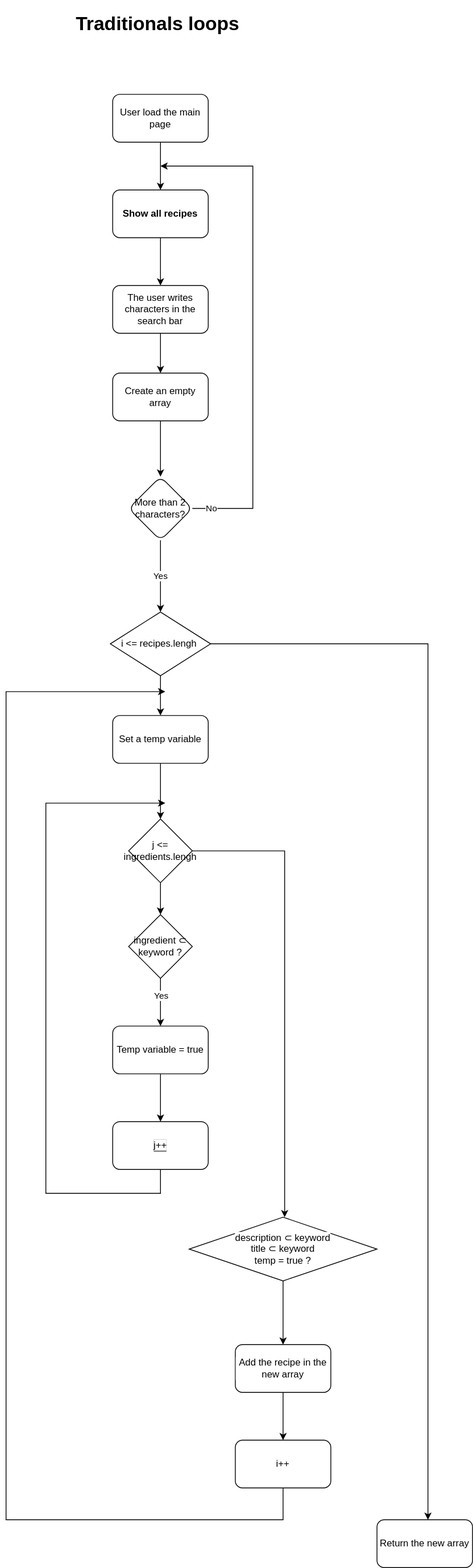
The draw.io diagram filterByKeyword.svg in nitatemic/Les-Petits-Plats_Alexandre_de_lemeny_makedone_202207, before a commit. Source tidied: cells renumbered, new cells last; positions are measured from the earlier drawing's top-left corner, leaving out a move shared by most shapes.
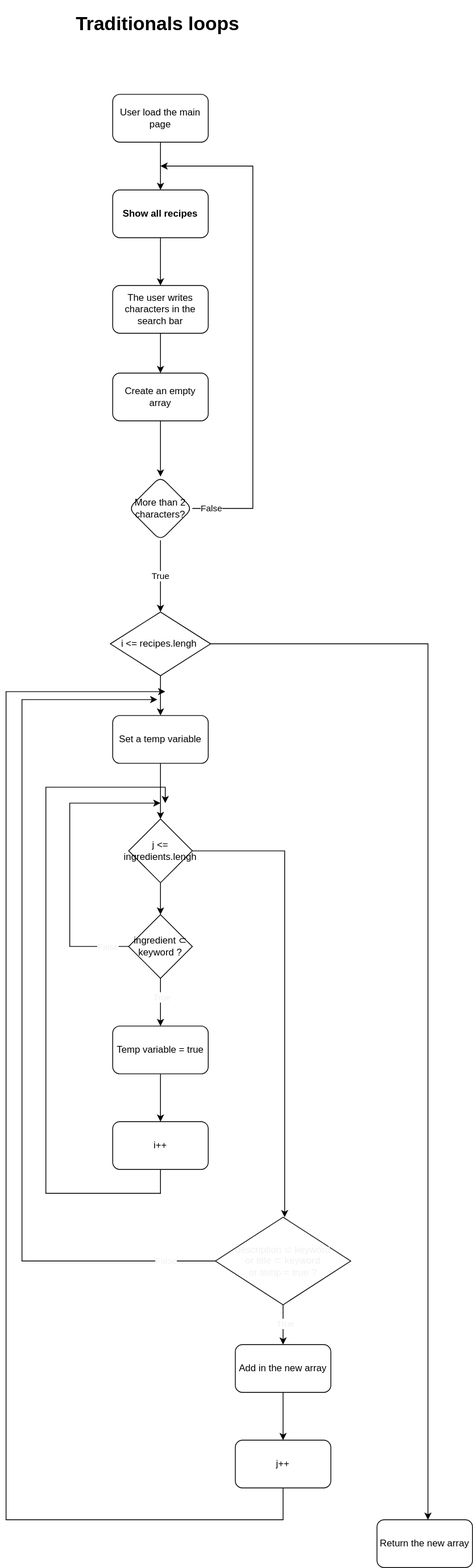
The same file after the commit.

Commit message:
Mettre à jour filterByKeyword.svg

Change to the diagram source:
```diff
@@ -37,10 +37,10 @@
         </Array>
       </mxGeometry>
     </mxCell>
-    <mxCell id="11" value="No" style="edgeLabel;html=1;align=center;verticalAlign=middle;" parent="10" vertex="1">
+    <mxCell id="11" value="False" style="edgeLabel;html=1;align=center;verticalAlign=middle;" parent="10" vertex="1">
       <mxGeometry x="-0.93" y="1" relative="1" as="geometry" />
     </mxCell>
-    <mxCell id="12" value="Yes" style="edgeStyle=orthogonalEdgeStyle;rounded=0;jettySize=auto;html=1;exitX=0.5;exitY=1;exitDx=0;exitDy=0;entryX=0.5;entryY=0;entryDx=0;entryDy=0;" parent="1" edge="1" source="13">
+    <mxCell id="12" value="True" style="edgeStyle=orthogonalEdgeStyle;rounded=0;jettySize=auto;html=1;exitX=0.5;exitY=1;exitDx=0;exitDy=0;entryX=0.5;entryY=0;entryDx=0;entryDy=0;" parent="1" edge="1" source="13">
       <mxGeometry relative="1" as="geometry">
         <mxPoint x="194" y="758" as="targetPoint" />
       </mxGeometry>
@@ -82,8 +82,10 @@
     <mxCell id="23" value="j &amp;lt;= ingredients.lengh" style="rhombus;whiteSpace=wrap;html=1;" parent="1" vertex="1">
       <mxGeometry x="154" y="1018" width="80" height="80" as="geometry" />
     </mxCell>
-    <mxCell id="24" style="edgeStyle=orthogonalEdgeStyle;rounded=0;jettySize=auto;html=1;fontColor=#FFFFFF;" parent="1" edge="1" source="25" target="33">
-      <mxGeometry relative="1" as="geometry" />
+    <mxCell id="24" style="edgeStyle=orthogonalEdgeStyle;rounded=0;jettySize=auto;html=1;fontColor=#FFFFFF;" parent="1" edge="1" source="25">
+      <mxGeometry relative="1" as="geometry">
+        <mxPoint x="194" y="1398" as="targetPoint" />
+      </mxGeometry>
     </mxCell>
     <mxCell id="25" value="Temp variable = true" style="rounded=1;whiteSpace=wrap;html=1;" parent="1" vertex="1">
       <mxGeometry x="134" y="1278" width="120" height="60" as="geometry" />
@@ -91,20 +93,33 @@
     <mxCell id="26" style="edgeStyle=orthogonalEdgeStyle;rounded=0;jettySize=auto;html=1;fontColor=#FFFFFF;" parent="1" edge="1" source="28" target="25">
       <mxGeometry relative="1" as="geometry" />
     </mxCell>
-    <mxCell id="27" value="&lt;font color=&quot;#000000&quot;&gt;Yes&lt;/font&gt;" style="edgeLabel;html=1;align=center;verticalAlign=middle;fontColor=#FFFFFF;" parent="26" vertex="1">
-      <mxGeometry x="-0.3" relative="1" as="geometry" />
-    </mxCell>
+    <mxCell id="37" value="True" style="edgeLabel;html=1;align=center;verticalAlign=middle;fontColor=#F0F0F0;" parent="26" vertex="1">
+      <mxGeometry x="-0.23" y="1" relative="1" as="geometry" />
+    </mxCell>
+    <mxCell id="38" style="edgeStyle=orthogonalEdgeStyle;rounded=0;jettySize=auto;html=1;fontColor=#F0F0F0;" parent="1" edge="1" source="28">
+      <mxGeometry relative="1" as="geometry">
+        <mxPoint x="194" y="998" as="targetPoint" />
+        <Array as="points">
+          <mxPoint x="80" y="1178" />
+          <mxPoint x="80" y="998" />
+        </Array>
+      </mxGeometry>
+    </mxCell>
+    <mxCell id="39" value="False" style="edgeLabel;html=1;align=center;verticalAlign=middle;fontColor=#F0F0F0;" parent="38" vertex="1">
+      <mxGeometry x="-0.85" relative="1" as="geometry" />
+    </mxCell>
     <mxCell id="28" value="ingredient&amp;nbsp;&lt;span style=&quot;text-align: left;&quot;&gt;⊂ keyword ?&lt;/span&gt;" style="rhombus;whiteSpace=wrap;html=1;" parent="1" vertex="1">
       <mxGeometry x="154" y="1138" width="80" height="80" as="geometry" />
     </mxCell>
-    <mxCell id="29" style="edgeStyle=orthogonalEdgeStyle;rounded=0;jettySize=auto;html=1;fontColor=#FFFFFF;" parent="1" edge="1" source="30">
+    <mxCell id="29" style="edgeStyle=orthogonalEdgeStyle;rounded=0;orthogonalLoop=1;jettySize=auto;html=1;fontColor=#FFFFFF;" parent="1" edge="1">
       <mxGeometry relative="1" as="geometry">
+        <mxPoint x="348" y="1598" as="sourcePoint" />
         <mxPoint x="348" y="1678" as="targetPoint" />
       </mxGeometry>
     </mxCell>
-    <mxCell id="30" value="&lt;span style=&quot;background-color: rgb(255, 255, 255);&quot;&gt;description&amp;nbsp;&lt;span style=&quot;text-align: left;&quot;&gt;⊂ keyword&lt;br&gt;title&amp;nbsp;&lt;/span&gt;&lt;span style=&quot;text-align: left;&quot;&gt;⊂ keyword&lt;br&gt;&lt;/span&gt;&lt;/span&gt;&lt;span style=&quot;text-align: left;&quot;&gt;&lt;span style=&quot;background-color: rgb(255, 255, 255);&quot;&gt;temp = true ?&lt;/span&gt;&lt;br&gt;&lt;/span&gt;" style="rhombus;whiteSpace=wrap;html=1;" parent="1" vertex="1">
-      <mxGeometry x="230" y="1518" width="236" height="80" as="geometry" />
-    </mxCell>
+    <mxCell id="40" value="True" style="edgeLabel;html=1;align=center;verticalAlign=middle;fontColor=#F0F0F0;" parent="29" vertex="1">
+      <mxGeometry x="0.33" y="2" relative="1" as="geometry" />
+    </mxCell>
     <mxCell id="31" style="edgeStyle=orthogonalEdgeStyle;rounded=0;orthogonalLoop=1;jettySize=auto;html=1;fontColor=#FFFFFF;" parent="1" edge="1">
       <mxGeometry relative="1" as="geometry">
         <mxPoint x="348" y="1858" as="sourcePoint" />
@@ -116,30 +131,47 @@
         </Array>
       </mxGeometry>
     </mxCell>
-    <mxCell id="32" style="edgeStyle=orthogonalEdgeStyle;rounded=0;jettySize=auto;html=1;fontColor=#FFFFFF;" parent="1" edge="1" source="33">
+    <mxCell id="32" style="edgeStyle=orthogonalEdgeStyle;rounded=0;orthogonalLoop=1;jettySize=auto;html=1;fontColor=#FFFFFF;" parent="1" edge="1">
       <mxGeometry relative="1" as="geometry">
+        <mxPoint x="194" y="1458" as="sourcePoint" />
         <mxPoint x="200" y="998" as="targetPoint" />
         <Array as="points">
           <mxPoint x="194" y="1488" />
           <mxPoint x="50" y="1488" />
-          <mxPoint x="50" y="998" />
+          <mxPoint x="50" y="978" />
+          <mxPoint x="200" y="978" />
         </Array>
       </mxGeometry>
     </mxCell>
+    <mxCell id="34" style="edgeStyle=orthogonalEdgeStyle;rounded=0;orthogonalLoop=1;jettySize=auto;html=1;fontColor=#FFFFFF;" parent="1" edge="1">
+      <mxGeometry relative="1" as="geometry">
+        <mxPoint x="348" y="1738" as="sourcePoint" />
+        <mxPoint x="348" y="1798" as="targetPoint" />
+      </mxGeometry>
+    </mxCell>
+    <mxCell id="36" value="i++" style="rounded=1;whiteSpace=wrap;html=1;" parent="1" vertex="1">
+      <mxGeometry x="134" y="1398" width="120" height="60" as="geometry" />
+    </mxCell>
+    <mxCell id="41" value="Add in the new array" style="rounded=1;whiteSpace=wrap;html=1;" parent="1" vertex="1">
+      <mxGeometry x="288" y="1678" width="120" height="60" as="geometry" />
+    </mxCell>
-    <mxCell id="33" value="&lt;font style=&quot;background-color: rgb(255, 255, 255);&quot; color=&quot;#000000&quot;&gt;j++&lt;/font&gt;" style="rounded=1;whiteSpace=wrap;html=1;labelBackgroundColor=#333333;fontColor=#FFFFFF;" parent="1" vertex="1">
-      <mxGeometry x="134" y="1398" width="120" height="60" as="geometry" />
+    <mxCell id="33" value="j++" style="rounded=1;whiteSpace=wrap;html=1;" parent="1" vertex="1">
+      <mxGeometry x="288" y="1798" width="120" height="60" as="geometry" />
     </mxCell>
-    <mxCell id="34" style="edgeStyle=orthogonalEdgeStyle;rounded=0;orthogonalLoop=1;jettySize=auto;html=1;fontColor=#FFFFFF;" parent="1" edge="1">
-      <mxGeometry relative="1" as="geometry">
-        <mxPoint x="348" y="1738" as="sourcePoint" />
-        <mxPoint x="348" y="1798" as="targetPoint" />
-      </mxGeometry>
-    </mxCell>
-    <mxCell id="35" value="Add the recipe in the new array" style="rounded=1;whiteSpace=wrap;html=1;labelBackgroundColor=#FFFFFF;fontColor=#000000;fillColor=default;" parent="1" vertex="1">
-      <mxGeometry x="288" y="1678" width="120" height="60" as="geometry" />
-    </mxCell>
-    <mxCell id="36" value="i++" style="rounded=1;whiteSpace=wrap;html=1;labelBackgroundColor=#FFFFFF;fontColor=#000000;fillColor=default;" parent="1" vertex="1">
-      <mxGeometry x="288" y="1798" width="120" height="60" as="geometry" />
-    </mxCell>
+    <mxCell id="42" style="edgeStyle=orthogonalEdgeStyle;rounded=0;jettySize=auto;html=1;fontColor=#F0F0F0;" parent="1" edge="1" source="44">
+      <mxGeometry relative="1" as="geometry">
+        <mxPoint x="190" y="868" as="targetPoint" />
+        <Array as="points">
+          <mxPoint x="20" y="1573" />
+          <mxPoint x="20" y="868" />
+        </Array>
+      </mxGeometry>
+    </mxCell>
+    <mxCell id="43" value="False" style="edgeLabel;html=1;align=center;verticalAlign=middle;fontColor=#F0F0F0;" parent="42" vertex="1">
+      <mxGeometry x="-0.89" y="-1" relative="1" as="geometry" />
+    </mxCell>
+    <mxCell id="44" value="description ⊂ keyword &lt;br&gt;or title ⊂ keyword&lt;br&gt;or temp = true ?" style="rhombus;whiteSpace=wrap;html=1;labelBackgroundColor=none;fontColor=#F0F0F0;fillColor=default;" parent="1" vertex="1">
+      <mxGeometry x="263" y="1518" width="170" height="110" as="geometry" />
+    </mxCell>
   </root>
 </mxGraphModel>
```
